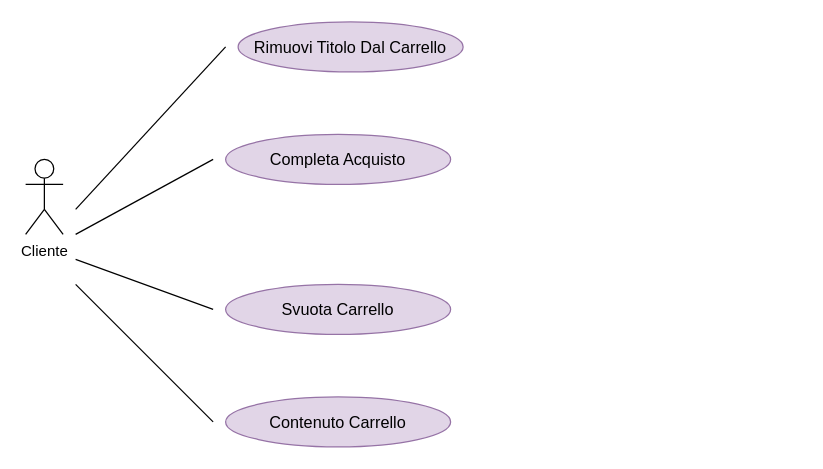
This is 2021-11-11/Schemi/Use Cases/Gestione Carrello .drawio from is-shodan-20-21/docs, a draw.io file, before an edit. Source tidied: cells renumbered, new cells numbered last; positions are measured from the earlier drawing's top-left corner, leaving out a move shared by most shapes. Both pictures are drawn from the tidied source at 125%, with x=0, y=0 at pixel (25, 21).
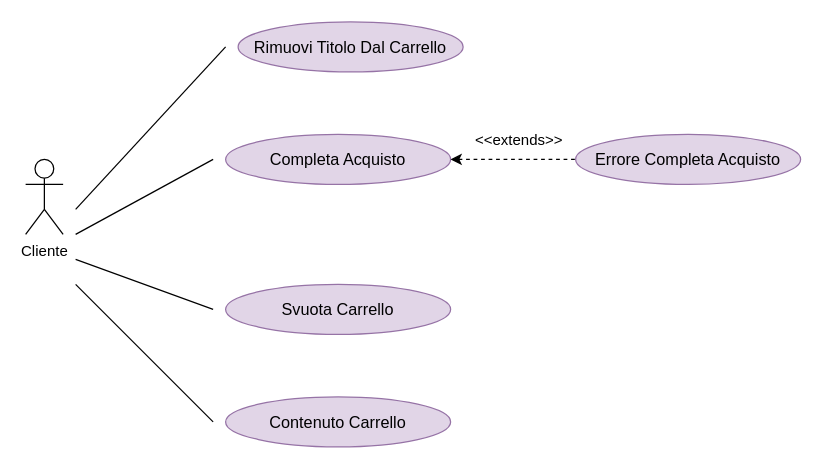
The same page after the edit.

What changed in the source:
```diff
@@
 <mxGraphModel>
   <root>
     <mxCell id="0" />
     <mxCell id="1" parent="0" />
     <mxCell id="2" value="Cliente" style="shape=umlActor;verticalLabelPosition=bottom;verticalAlign=top;html=1;" parent="1" vertex="1">
       <mxGeometry y="110" width="30" height="60" as="geometry" />
     </mxCell>
     <mxCell id="3" value="&lt;font style=&quot;font-size: 13px&quot;&gt;Rimuovi Titolo Dal Carrello&lt;/font&gt;" style="ellipse;whiteSpace=wrap;html=1;fillColor=#e1d5e7;strokeColor=#9673a6;" parent="1" vertex="1">
       <mxGeometry x="170" width="180" height="40" as="geometry" />
     </mxCell>
     <mxCell id="4" value="&lt;font style=&quot;font-size: 13px&quot;&gt;Completa Acquisto&lt;/font&gt;" style="ellipse;whiteSpace=wrap;html=1;fillColor=#e1d5e7;strokeColor=#9673a6;" parent="1" vertex="1">
       <mxGeometry x="160" y="90" width="180" height="40" as="geometry" />
     </mxCell>
     <mxCell id="5" value="&lt;font style=&quot;font-size: 13px&quot;&gt;Svuota Carrello&lt;/font&gt;" style="ellipse;whiteSpace=wrap;html=1;fillColor=#e1d5e7;strokeColor=#9673a6;" parent="1" vertex="1">
       <mxGeometry x="160" y="210" width="180" height="40" as="geometry" />
     </mxCell>
     <mxCell id="6" style="endArrow=none;html=1;rounded=0;fontSize=13;" parent="1" edge="1">
       <mxGeometry relative="1" as="geometry">
         <mxPoint x="40" y="190" as="sourcePoint" />
         <mxPoint x="150" y="230" as="targetPoint" />
       </mxGeometry>
     </mxCell>
     <mxCell id="7" style="endArrow=none;html=1;rounded=0;fontSize=13;" parent="1" edge="1">
       <mxGeometry relative="1" as="geometry">
         <mxPoint x="40" y="170" as="sourcePoint" />
         <mxPoint x="150" y="110" as="targetPoint" />
       </mxGeometry>
     </mxCell>
     <mxCell id="8" style="endArrow=none;html=1;rounded=0;fontSize=13;" parent="1" edge="1">
       <mxGeometry relative="1" as="geometry">
         <mxPoint x="40" y="150" as="sourcePoint" />
         <mxPoint x="160" y="20" as="targetPoint" />
       </mxGeometry>
     </mxCell>
     <mxCell id="9" value="&lt;font style=&quot;font-size: 13px&quot;&gt;Contenuto Carrello&lt;/font&gt;" style="ellipse;whiteSpace=wrap;html=1;fillColor=#e1d5e7;strokeColor=#9673a6;" parent="1" vertex="1">
       <mxGeometry x="160" y="300" width="180" height="40" as="geometry" />
     </mxCell>
     <mxCell id="10" style="endArrow=none;html=1;rounded=0;fontSize=13;" parent="1" edge="1">
       <mxGeometry relative="1" as="geometry">
         <mxPoint x="40" y="210" as="sourcePoint" />
         <mxPoint x="150" y="320" as="targetPoint" />
       </mxGeometry>
     </mxCell>
+    <mxCell id="11" value="&lt;font style=&quot;font-size: 13px&quot;&gt;Errore Completa Acquisto&lt;/font&gt;" style="ellipse;whiteSpace=wrap;html=1;fillColor=#e1d5e7;strokeColor=#9673a6;" parent="1" vertex="1">
+      <mxGeometry x="440" y="90" width="180" height="40" as="geometry" />
+    </mxCell>
+    <mxCell id="12" style="endArrow=none;dashed=1;html=1;rounded=0;startArrow=classic;startFill=1;entryX=0;entryY=0.5;entryDx=0;entryDy=0;exitX=1;exitY=0.5;exitDx=0;exitDy=0;" parent="1" edge="1" source="4" target="11">
+      <mxGeometry relative="1" as="geometry" />
+    </mxCell>
+    <mxCell id="13" value="&amp;lt;&amp;lt;extends&amp;gt;&amp;gt;" style="text;html=1;strokeColor=none;fillColor=none;align=center;verticalAlign=middle;whiteSpace=wrap;rounded=0;" parent="1" vertex="1">
+      <mxGeometry x="360" y="80" width="70" height="30" as="geometry" />
+    </mxCell>
   </root>
 </mxGraphModel>
```
